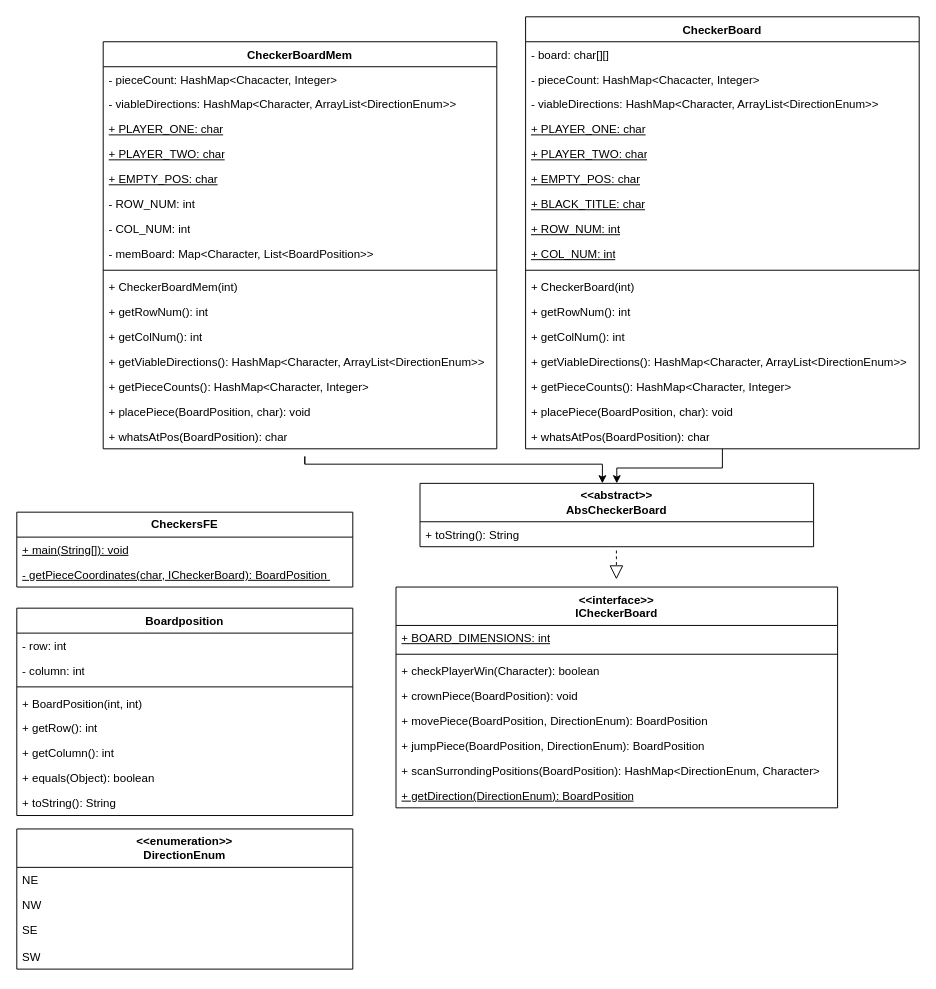
Before: UMLs.drawio in ksurisetty11/checkers-project, a draw.io diagram. Source tidied: cells renumbered, new cells numbered last; positions are measured from the earlier drawing's top-left corner, leaving out a move shared by most shapes. Both pictures are drawn from the tidied source at 96%, with x=0, y=0 at pixel (16, 16).
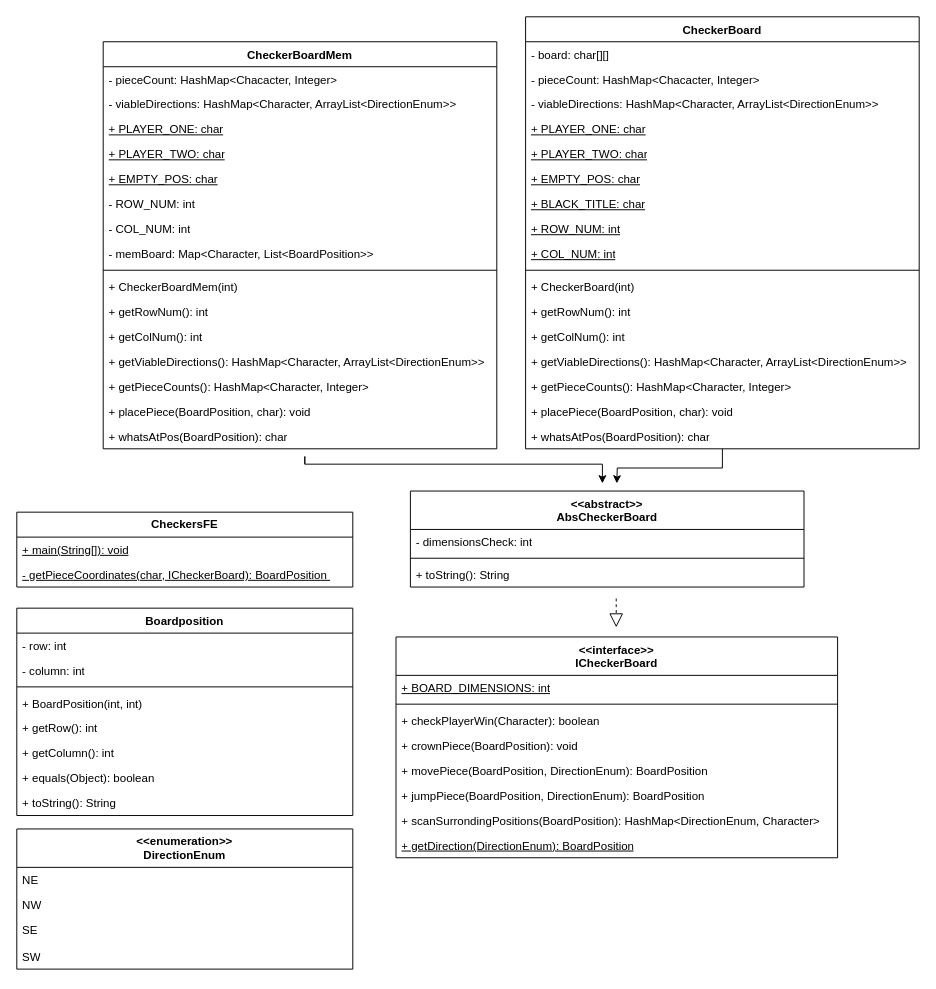
Above is the later version.

The change refers to these unchanged cells:
```xml
<mxCell id="21" value="CheckerBoard" style="swimlane;fontStyle=1;align=center;verticalAlign=top;horizontal=1;startSize=26;whiteSpace=wrap;html=1;" parent="1" vertex="1">
  <mxGeometry x="530" width="410" height="450" as="geometry" />
</mxCell>
```

Diff of the diagram source:
```diff
@@
-    <mxCell id="19" value="&lt;div&gt;&lt;b&gt;&amp;lt;&amp;lt;abstract&amp;gt;&amp;gt;&lt;/b&gt;&lt;/div&gt;&lt;b&gt;AbsCheckerBoard&lt;/b&gt;" style="swimlane;fontStyle=0;horizontal=1;startSize=40;fillColor=none;whiteSpace=wrap;html=1;" parent="1" vertex="1">
-      <mxGeometry x="420" y="486" width="410" height="66" as="geometry" />
-    </mxCell>
-    <mxCell id="20" value="+ toString(): String" style="text;strokeColor=none;fillColor=none;align=left;verticalAlign=top;spacingLeft=4;spacingRight=4;overflow=hidden;whiteSpace=wrap;html=1;" parent="19" vertex="1">
-      <mxGeometry y="40" width="410" height="26" as="geometry" />
-    </mxCell>
@@
     <mxCell id="39" value="&amp;lt;&amp;lt;interface&amp;gt;&amp;gt;&lt;div&gt;ICheckerBoard&lt;/div&gt;" style="swimlane;fontStyle=1;align=center;verticalAlign=top;horizontal=1;startSize=40;whiteSpace=wrap;html=1;" parent="1" vertex="1">
-      <mxGeometry x="395" y="594" width="460" height="230" as="geometry" />
+      <mxGeometry x="395" y="646" width="460" height="230" as="geometry" />
     </mxCell>
@@
-    <mxCell id="48" style="edgeStyle=orthogonalEdgeStyle;rounded=0;jettySize=auto;html=1;entryX=0.5;entryY=0;entryDx=0;entryDy=0;" parent="1" edge="1" source="21" target="19">
-      <mxGeometry relative="1" as="geometry" />
+    <mxCell id="48" style="edgeStyle=orthogonalEdgeStyle;rounded=0;jettySize=auto;html=1;entryX=0.5;entryY=0;entryDx=0;entryDy=0;" parent="1" edge="1" source="21">
+      <mxGeometry relative="1" as="geometry">
+        <mxPoint x="625" y="486" as="targetPoint" />
+      </mxGeometry>
     </mxCell>
     <mxCell id="49" style="endArrow=block;dashed=1;endFill=0;endSize=12;html=1;rounded=0;entryX=0.5;entryY=0;entryDx=0;entryDy=0;" parent="1" edge="1">
       <mxGeometry relative="1" as="geometry">
-        <mxPoint x="624.6" y="556" as="sourcePoint" />
-        <mxPoint x="624.6" y="586" as="targetPoint" />
+        <mxPoint x="624.4" y="606" as="sourcePoint" />
+        <mxPoint x="624.4" y="636" as="targetPoint" />
       </mxGeometry>
     </mxCell>
@@
+    <mxCell id="19" value="&amp;lt;&amp;lt;abstract&amp;gt;&amp;gt;&lt;div&gt;AbsCheckerBoard&lt;/div&gt;&lt;div&gt;&lt;br&gt;&lt;/div&gt;" style="swimlane;fontStyle=1;align=center;verticalAlign=top;horizontal=1;startSize=40;whiteSpace=wrap;html=1;" parent="1" vertex="1">
+      <mxGeometry x="410" y="494" width="410" height="100" as="geometry" />
+    </mxCell>
+    <mxCell id="68" value="- dimensionsCheck: int" style="text;strokeColor=none;fillColor=none;align=left;verticalAlign=top;spacingLeft=4;spacingRight=4;overflow=hidden;whiteSpace=wrap;html=1;" parent="19" vertex="1">
+      <mxGeometry y="40" width="410" height="26" as="geometry" />
+    </mxCell>
+    <mxCell id="69" style="line;strokeWidth=1;fillColor=none;align=left;verticalAlign=middle;spacingTop=-1;spacingLeft=3;spacingRight=3;labelPosition=right;strokeColor=inherit;" parent="19" vertex="1">
+      <mxGeometry y="66" width="410" height="8" as="geometry" />
+    </mxCell>
+    <mxCell id="20" value="+ toString(): String" style="text;strokeColor=none;fillColor=none;align=left;verticalAlign=top;spacingLeft=4;spacingRight=4;overflow=hidden;whiteSpace=wrap;html=1;" parent="19" vertex="1">
+      <mxGeometry y="74" width="410" height="26" as="geometry" />
+    </mxCell>
```
